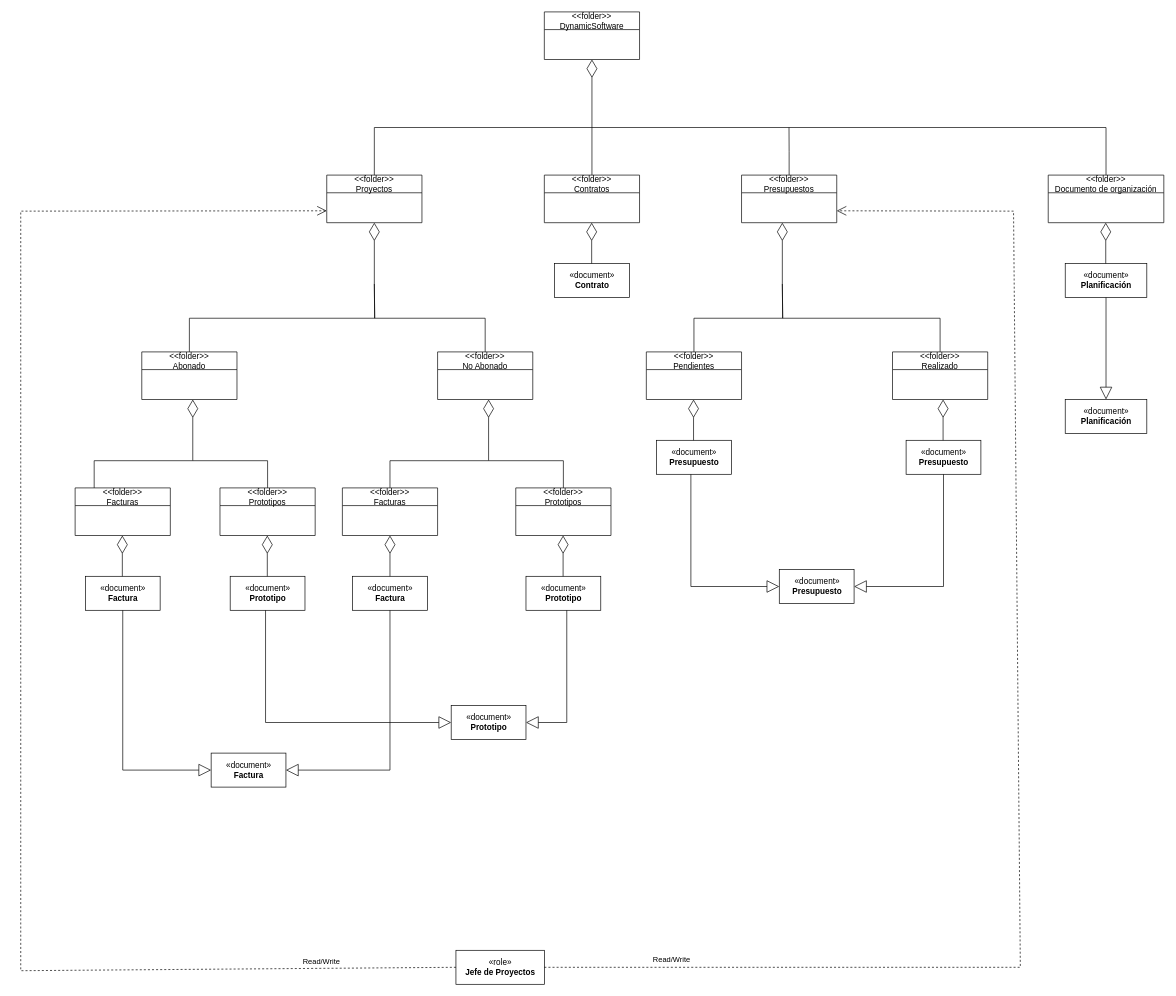
This is Entrega 3 (12 Noviembre)/Documentación Análisis/Análisis UML DMS v1.drawio from EsDeSepa/GSI-2122-G04, a draw.io file, before an edit. Source tidied: cells renumbered, new cells numbered last; positions are measured from the earlier drawing's top-left corner, leaving out a move shared by most shapes. Both pictures are drawn from the tidied source at 68%, with x=0, y=0 at pixel (20, 12).
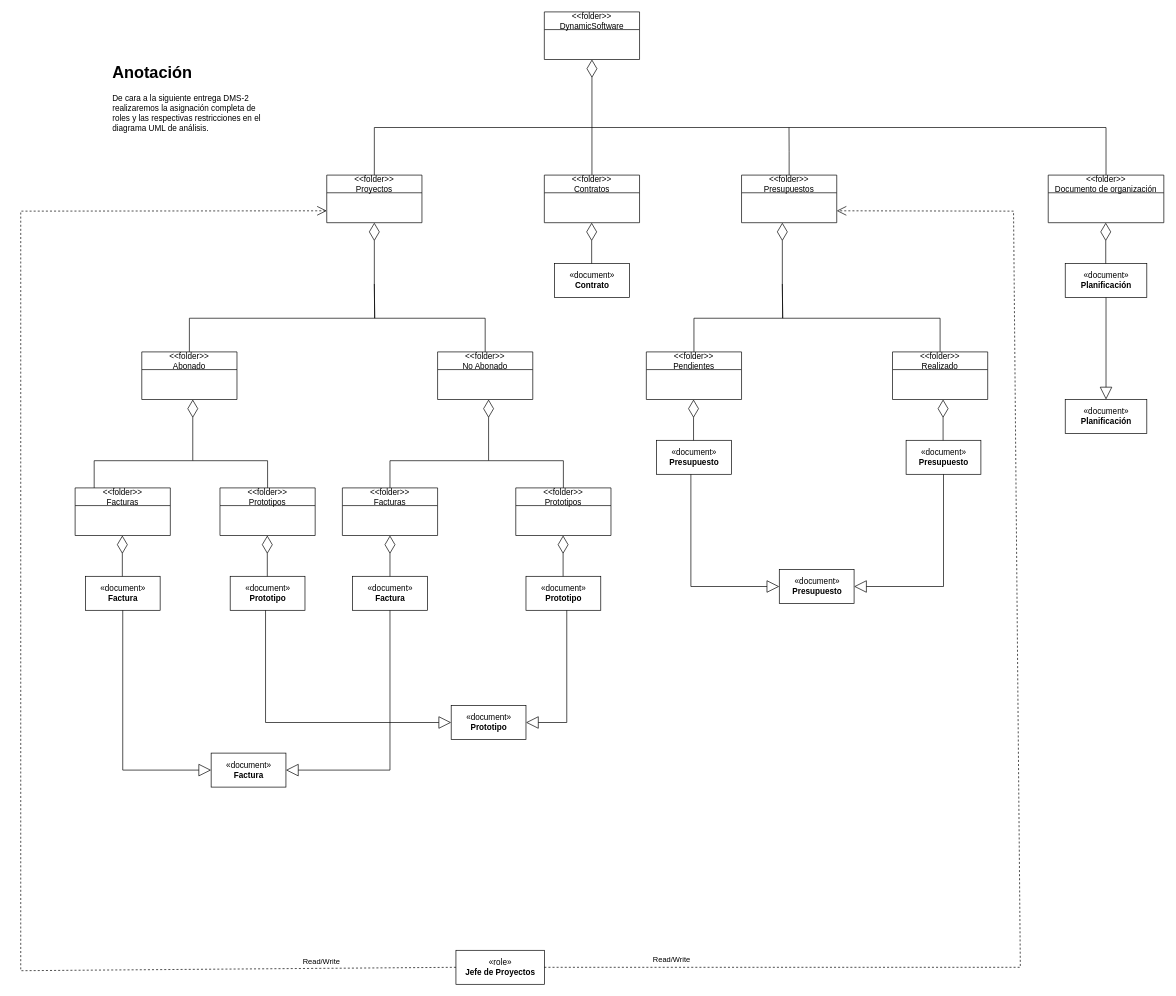
The same page after the edit.

Commit message:
Implementación de diseño UML v1 de cara a la entrega DMS1

Change to the diagram source:
```diff
@@
+    <mxCell id="63" value="&lt;h1&gt;Anotación&lt;/h1&gt;&lt;p&gt;De cara a la siguiente entrega DMS-2 realizaremos la asignación completa de roles y las respectivas restricciones en el diagrama UML de análisis.&lt;/p&gt;" style="text;html=1;strokeColor=none;fillColor=none;spacing=5;spacingTop=-20;whiteSpace=wrap;overflow=hidden;rounded=0;" parent="1" vertex="1">
+      <mxGeometry x="130" y="70" width="230" height="150" as="geometry" />
+    </mxCell>
```
